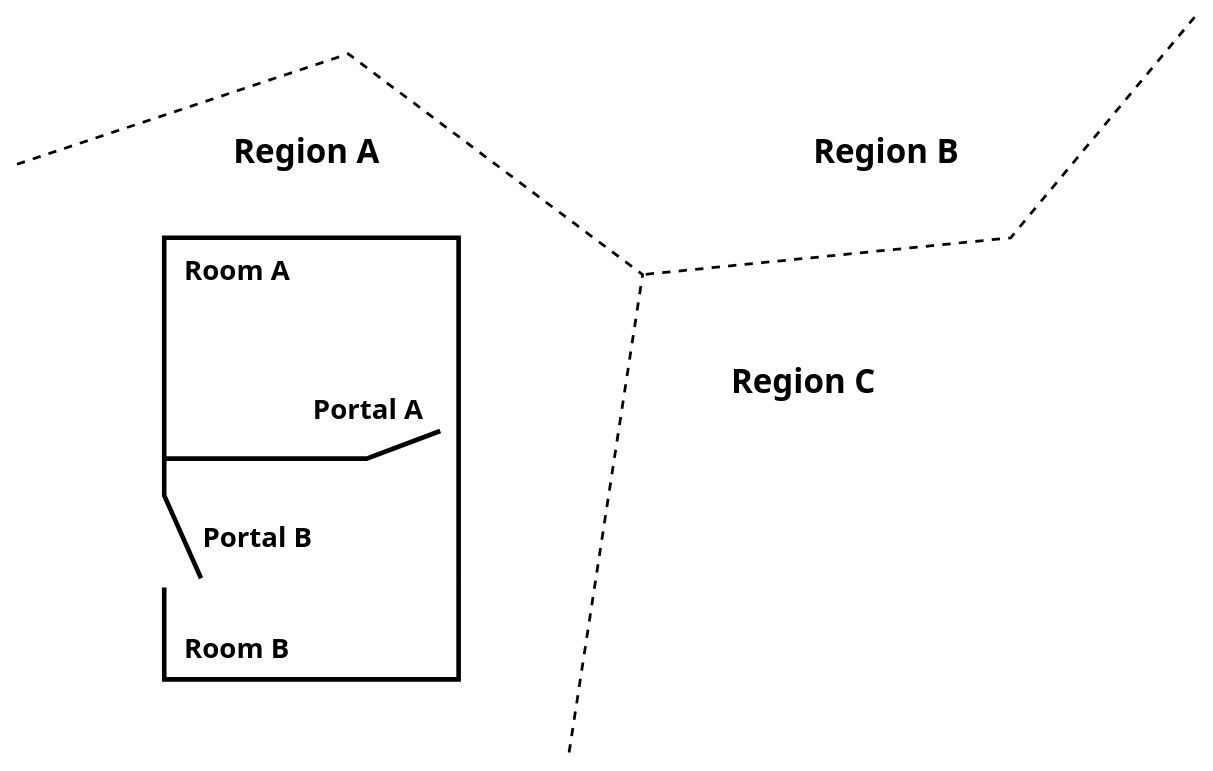
Earlier version of the draw.io diagram public/src/audio-spatialization/space-partition.drawio (SounDoer/Game-Audio-Design-Slidev). Source tidied: cells renumbered, new cells numbered last; positions are measured from the earlier drawing's top-left corner, leaving out a move shared by most shapes. Both pictures are drawn from the tidied source at 92%, with x=0, y=0 at pixel (17, 17).
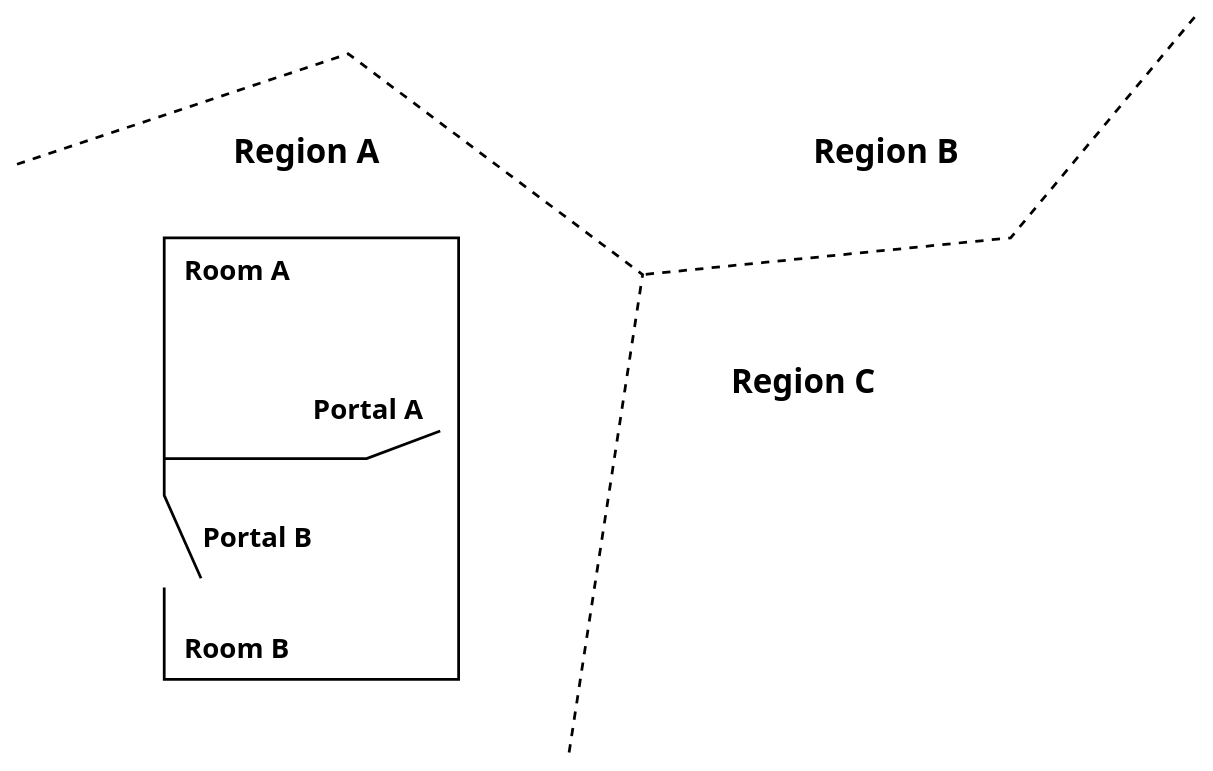
The same page after the edit.

Diff of the diagram source:
```diff
@@
-    <mxCell id="7" style="endArrow=none;html=1;rounded=0;strokeWidth=5;" parent="1" edge="1">
+    <mxCell id="7" style="endArrow=none;html=1;rounded=0;strokeWidth=3;" parent="1" edge="1">
       <mxGeometry relative="1" as="geometry">
         <mxPoint x="200" y="610" as="sourcePoint" />
         <mxPoint x="160" y="620" as="targetPoint" />
         <Array as="points">
           <mxPoint x="160" y="520" />
           <mxPoint x="160" y="240" />
           <mxPoint x="480" y="240" />
           <mxPoint x="480" y="720" />
           <mxPoint x="160" y="720" />
         </Array>
       </mxGeometry>
     </mxCell>
-    <mxCell id="8" style="endArrow=none;html=1;rounded=0;strokeWidth=5;" parent="1" edge="1">
+    <mxCell id="8" style="endArrow=none;html=1;rounded=0;strokeWidth=3;" parent="1" edge="1">
       <mxGeometry relative="1" as="geometry">
         <mxPoint x="160" y="480" as="sourcePoint" />
         <mxPoint x="460" y="450" as="targetPoint" />
         <Array as="points">
           <mxPoint x="380" y="480" />
         </Array>
       </mxGeometry>
     </mxCell>
```
